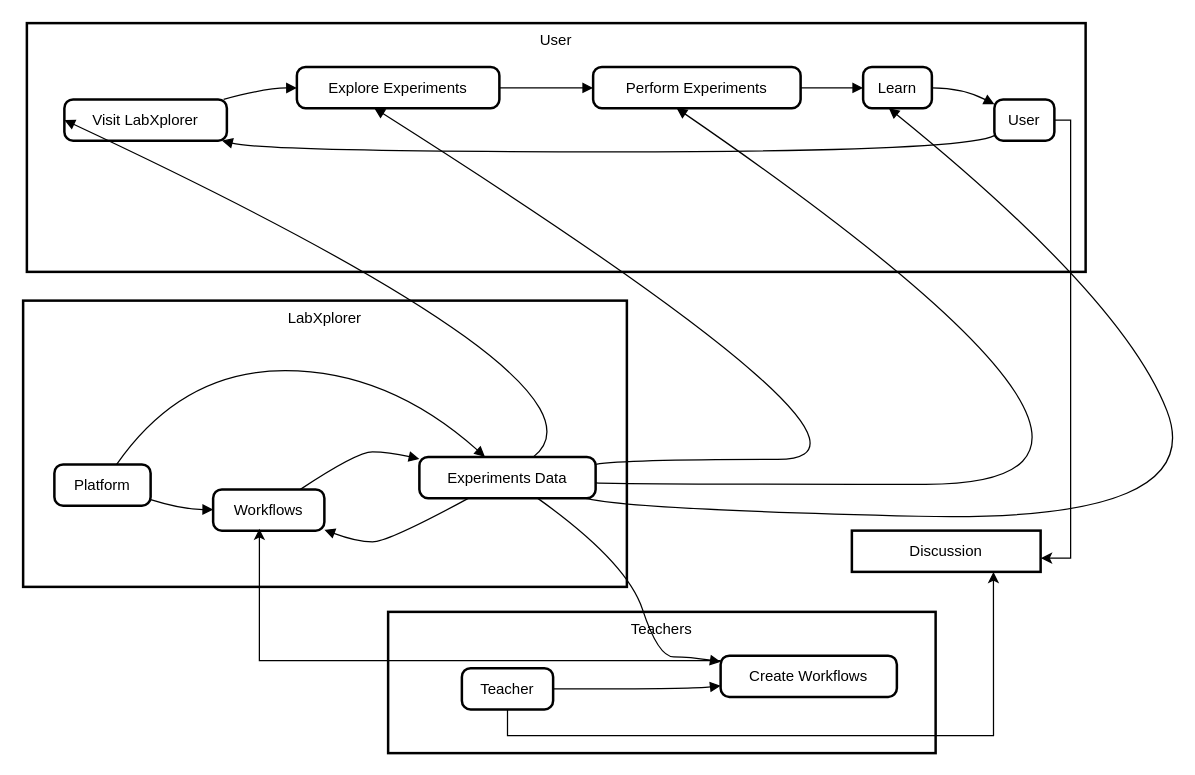
Earlier version of the draw.io diagram Diagrams/DFD.drawio (sushantbramhacharya/Labxplorer_documentations). Source tidied: cells renumbered, new cells numbered last; positions are measured from the earlier drawing's top-left corner, leaving out a move shared by most shapes. Both pictures are drawn from the tidied source at 125%, with x=0, y=0 at pixel (22, 22).
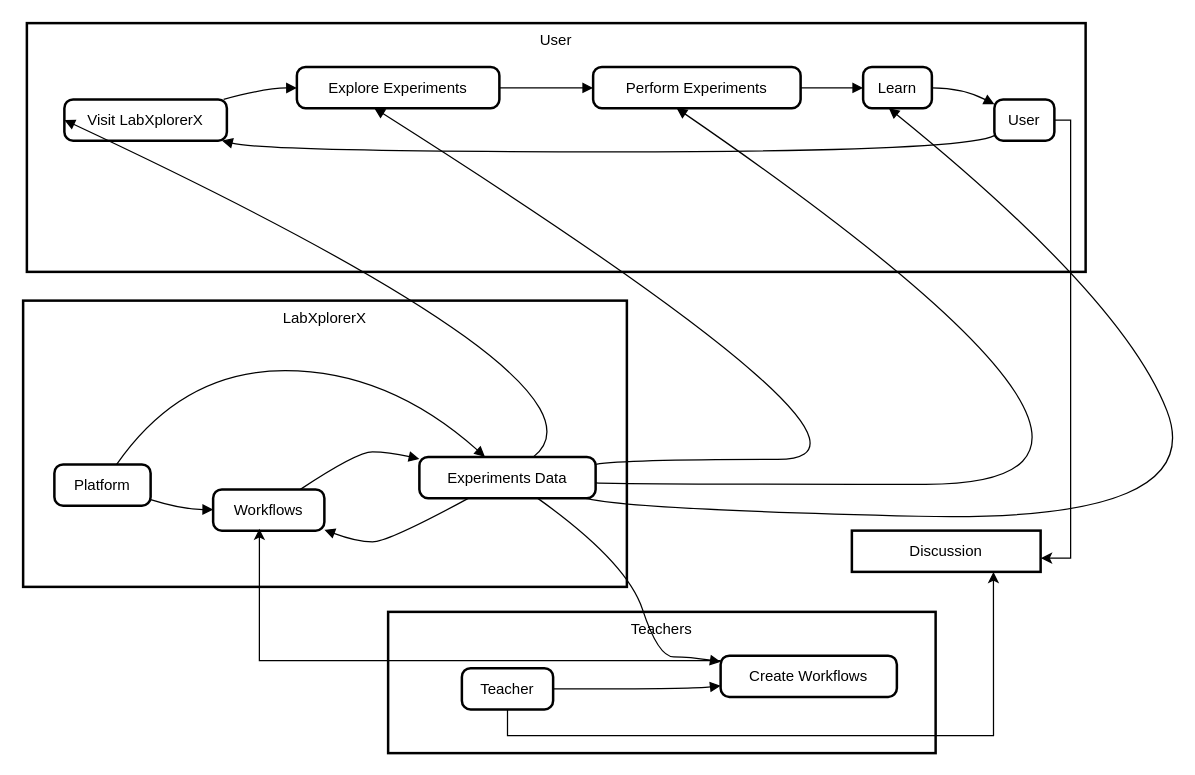
The same diagram, later.

What changed in the source:
```diff
@@
-    <mxCell id="2" value="LabXplorer" style="whiteSpace=wrap;strokeWidth=2;verticalAlign=top;" parent="1" vertex="1">
+    <mxCell id="2" value="LabXplorerX" style="whiteSpace=wrap;strokeWidth=2;verticalAlign=top;" parent="1" vertex="1">
       <mxGeometry y="222" width="483" height="229" as="geometry" />
     </mxCell>
@@
-    <mxCell id="12" value="Visit LabXplorer" style="rounded=1;absoluteArcSize=1;arcSize=14;whiteSpace=wrap;strokeWidth=2;" parent="1" vertex="1">
+    <mxCell id="12" value="Visit LabXplorerX" style="rounded=1;absoluteArcSize=1;arcSize=14;whiteSpace=wrap;strokeWidth=2;" parent="1" vertex="1">
       <mxGeometry x="33" y="61" width="130" height="33" as="geometry" />
     </mxCell>
```
